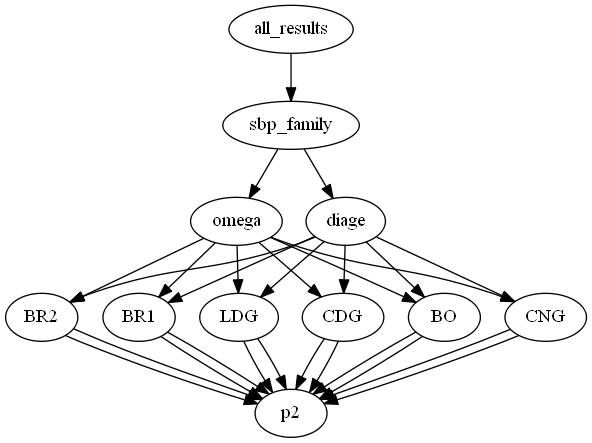
Above: visual/all_results_2d.dot.png in zolargwrk/PySBP (Graphviz), before the change. Its source is kept beside it as visual/all_results_2d.dot.
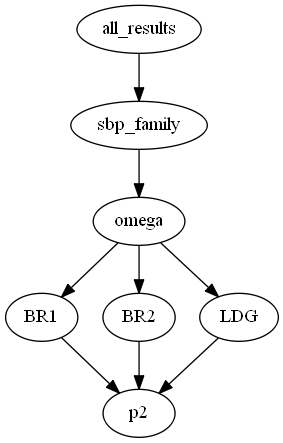
Later version of the same file.

Change to the diagram source:
```diff
@@ -2,56 +2,18 @@
     "all_results";
     "sbp_family";
     "omega";
+    "BR1";
+    "p2";
     "BR2";
-    "p2";
-    "BR1";
     "p2";
     "LDG";
     "p2";
-    "CDG";
-    "p2";
-    "BO";
-    "p2";
-    "CNG";
-    "p2";
-    "diage";
-    "BR2";
-    "p2";
-    "BR1";
-    "p2";
-    "LDG";
-    "p2";
-    "CDG";
-    "p2";
-    "BO";
-    "p2";
-    "CNG";
-    "p2";
     "all_results" -> "sbp_family";
     "sbp_family" -> "omega";
-    "sbp_family" -> "diage";
+    "omega" -> "BR1";
     "omega" -> "BR2";
-    "omega" -> "BR1";
     "omega" -> "LDG";
-    "omega" -> "CDG";
-    "omega" -> "BO";
-    "omega" -> "CNG";
+    "BR1" -> "p2";
     "BR2" -> "p2";
-    "BR1" -> "p2";
     "LDG" -> "p2";
-    "CDG" -> "p2";
-    "BO" -> "p2";
-    "CNG" -> "p2";
-    "diage" -> "BR2";
-    "diage" -> "BR1";
-    "diage" -> "LDG";
-    "diage" -> "CDG";
-    "diage" -> "BO";
-    "diage" -> "CNG";
-    "BR2" -> "p2";
-    "BR1" -> "p2";
-    "LDG" -> "p2";
-    "CDG" -> "p2";
-    "BO" -> "p2";
-    "CNG" -> "p2";
 }
```
